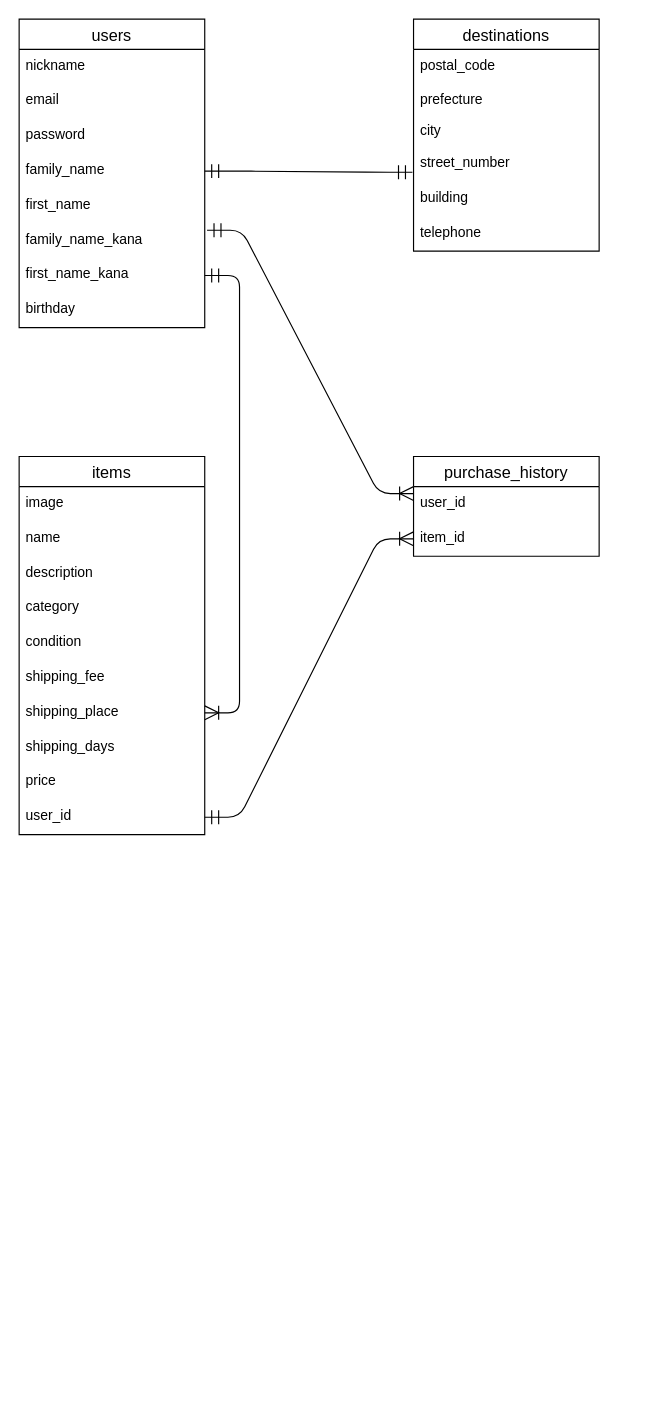
The draw.io diagram test.dio in mayu-torii/furima-35418, before the edit. Source tidied: cells renumbered, new cells numbered last; positions are measured from the earlier drawing's top-left corner, leaving out a move shared by most shapes. Both pictures are drawn from the tidied source at 116%, with x=0, y=0 at pixel (19, 19).
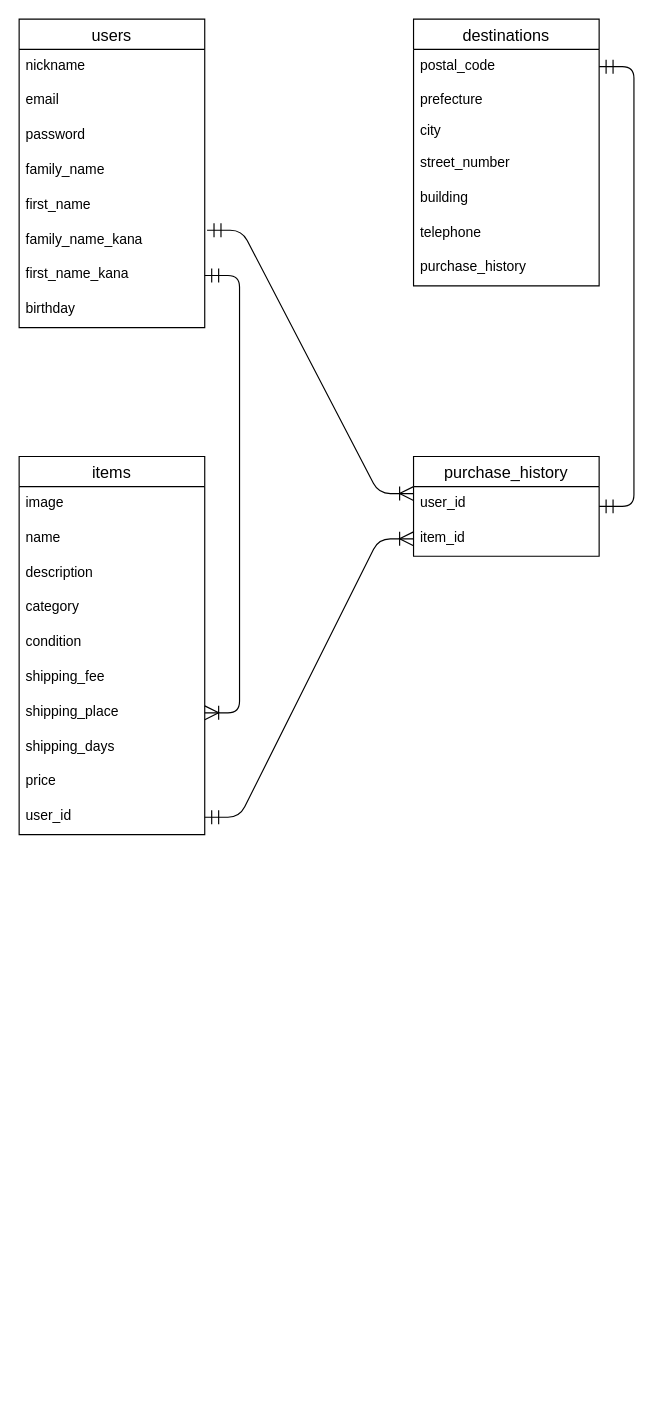
The same page after the edit.

Commit message (it also covers changes not shown here):
ER図、README修正 2

Unchanged cells that the change refers to:
```xml
<mxCell id="15" value="postal_code&#10;" style="text;strokeColor=none;fillColor=none;spacingLeft=4;spacingRight=4;overflow=hidden;points=[[0,0.5],[1,0.5]];portConstraint=eastwest;fontSize=12;" parent="14" vertex="1">
  <mxGeometry y="26" width="160" height="30" as="geometry" />
</mxCell>
<mxCell id="18" value="street_number" style="text;strokeColor=none;fillColor=none;spacingLeft=4;spacingRight=4;overflow=hidden;points=[[0,0.5],[1,0.5]];portConstraint=eastwest;fontSize=12;" parent="14" vertex="1">
  <mxGeometry y="110" width="160" height="30" as="geometry" />
</mxCell>
<mxCell id="26" value="family_name" style="text;strokeColor=none;fillColor=none;spacingLeft=4;spacingRight=4;overflow=hidden;points=[[0,0.5],[1,0.5]];portConstraint=eastwest;fontSize=12;" parent="22" vertex="1">
  <mxGeometry y="116" width="160" height="30" as="geometry" />
</mxCell>
```

Change to the diagram source:
```diff
@@
     <mxCell id="14" value="destinations" style="swimlane;fontStyle=0;horizontal=1;startSize=26;align=center;fontSize=14;" parent="1" vertex="1">
-      <mxGeometry x="340" width="160" height="200" as="geometry" />
+      <mxGeometry x="340" width="160" height="230" as="geometry" />
     </mxCell>
@@
+    <mxCell id="39" value="purchase_history" style="text;strokeColor=none;fillColor=none;spacingLeft=4;spacingRight=4;overflow=hidden;fontSize=12;" parent="14" vertex="1">
+      <mxGeometry y="200" width="160" height="30" as="geometry" />
+    </mxCell>
@@
-    <mxCell id="31" style="edgeStyle=entityRelationEdgeStyle;fontSize=12;html=1;endArrow=ERmandOne;startArrow=ERmandOne;entryX=-0.006;entryY=0.733;entryDx=0;entryDy=0;entryPerimeter=0;exitX=1;exitY=0.5;exitDx=0;exitDy=0;endSize=10;startSize=10;" parent="1" edge="1" source="26" target="18">
-      <mxGeometry relative="1" as="geometry" />
-    </mxCell>
@@
+    <mxCell id="40" style="edgeStyle=entityRelationEdgeStyle;fontSize=12;html=1;endArrow=ERmandOne;startArrow=ERmandOne;entryX=1;entryY=0.5;entryDx=0;entryDy=0;endSize=10;startSize=10;" parent="1" edge="1" target="15">
+      <mxGeometry relative="1" as="geometry">
+        <mxPoint x="500" y="420" as="sourcePoint" />
+      </mxGeometry>
+    </mxCell>
```
